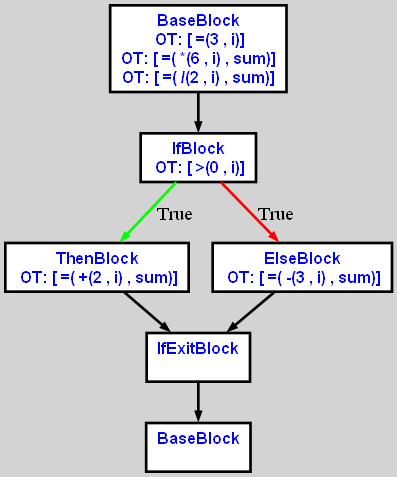
The Graphviz diagram cpoCompilerWin/input2.txt.calculator.dot.png in aveen007/CountingMonkeys, before a commit. Its source is kept beside it as cpoCompilerWin/input2.txt.calculator.dot.
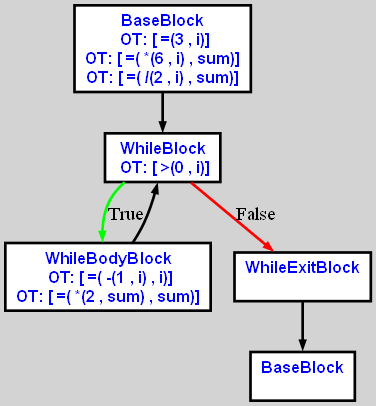
Above is the later version.

The edit, as a diff of the source:
```diff
@@ -4,22 +4,20 @@
 bgcolor="lightgrey";  node [shape=box, fixedsize=false, fontsize=12, fontname="Helvetica-bold", fontcolor="blue"
 width=.25, height=.25, color="black", fillcolor="white", style="filled, solid, bold"];
 
-edge [arrowsize=.5, color="black", style="bold"]    n000012172A4A1400 [label="BaseBlock\n OT: [ =(3 , i)]
+edge [arrowsize=.5, color="black", style="bold"]    n00001154B19A1400 [label="BaseBlock\n OT: [ =(3 , i)]
 OT: [ =( *(6 , i) , sum)]
 OT: [ =( /(2 , i) , sum)]
 "]
-    n000012172A4A1460 [label="IfBlock\n OT: [ >(0 , i)]
+    n00001154B19A1460 [label="WhileBlock\n OT: [ >(0 , i)]
 "]
-    n000012172A4A1400 -> n000012172A4A1460
-    n000012172A4A1460 -> n000012172A4A14C0 [label="True" color="green"]
-    n000012172A4A14C0 [label="ThenBlock\n OT: [ =( +(2 , i) , sum)]
+    n00001154B19A1400 -> n00001154B19A1460
+	   n00001154B19A1460 -> n00001154B19A14C0 [ label = "True" color="green"]
+    n00001154B19A14C0 [label="WhileBodyBlock\n OT: [ =( -(1 , i) , i)]
+OT: [ =( *(2 , sum) , sum)]
 "]
-    n000012172A4A1580 [label="IfExitBlock\n "]
-    n000012172A4A14C0 -> n000012172A4A1580
-    n000012172A4A15E0 [label="BaseBlock\n "]
-    n000012172A4A1580 -> n000012172A4A15E0
-    n000012172A4A1460 -> n000012172A4A1520 [label="True" color="red"]
-    n000012172A4A1520 [label="ElseBlock\n OT: [ =( -(3 , i) , sum)]
-"]
-    n000012172A4A1520 -> n000012172A4A1580
+    n00001154B19A14C0 -> n00001154B19A1460
+	   n00001154B19A1460 -> n00001154B19A1520 [ label = "False" color="red"]
+    n00001154B19A1520 [label="WhileExitBlock\n "]
+    n00001154B19A1580 [label="BaseBlock\n "]
+    n00001154B19A1520 -> n00001154B19A1580
 }
```
